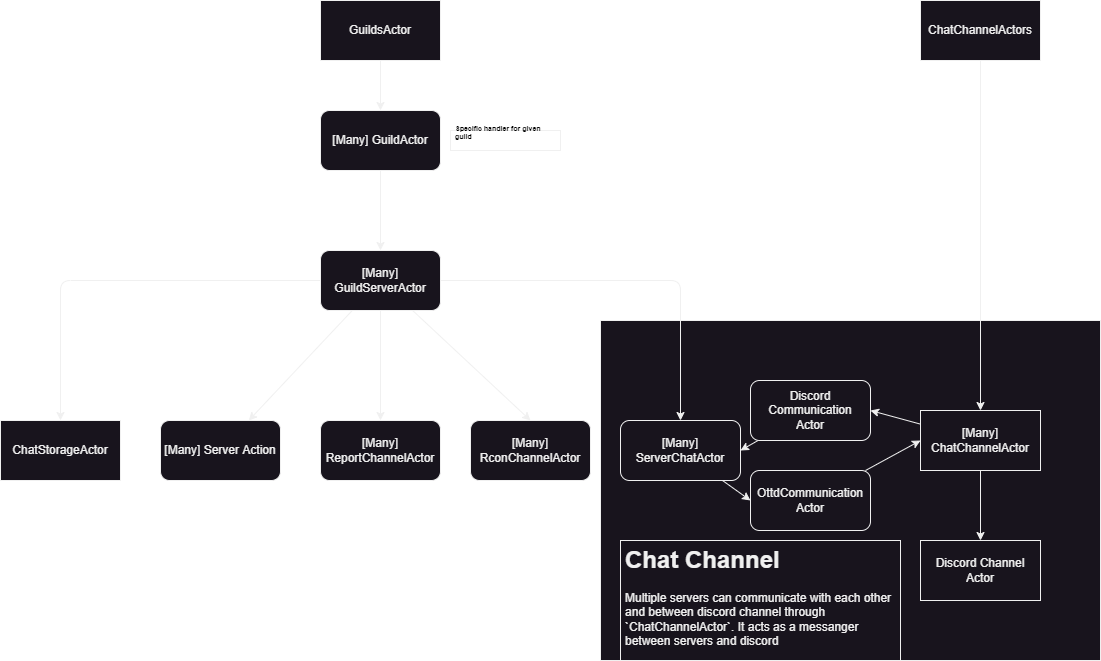
Above: docs/akka.drawio.png in shoter/OpenttdDiscord (draw.io), before the change. Source tidied: cells renumbered, new cells last; positions are measured from the earlier drawing's top-left corner, leaving out a move shared by most shapes.
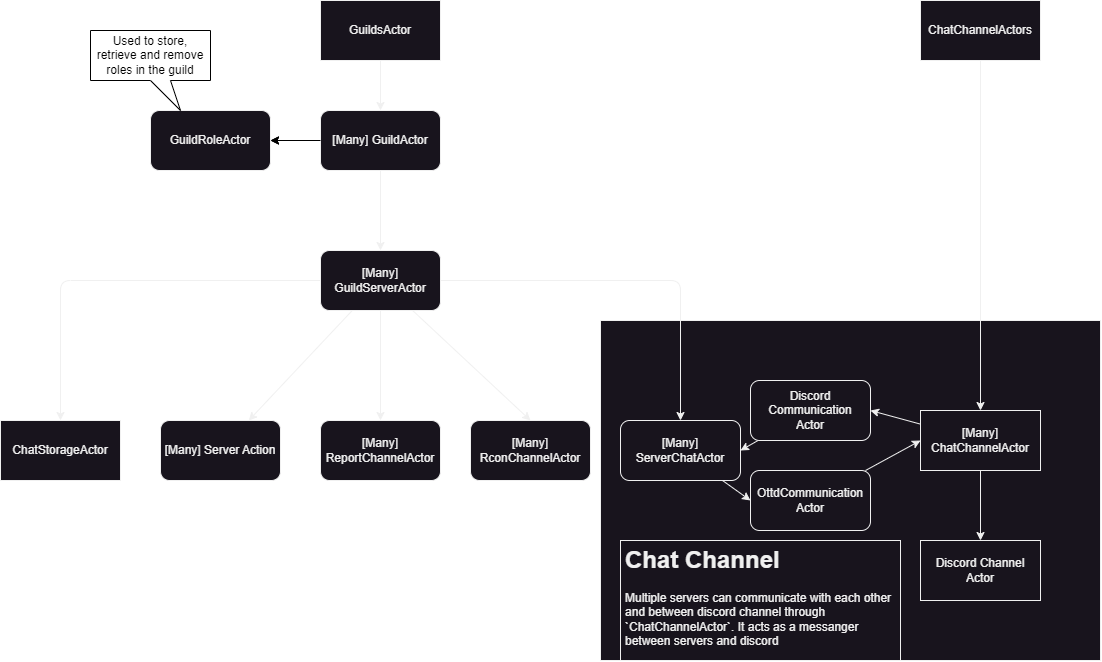
After the commit.

What changed in the source:
```diff
@@ -8,12 +8,12 @@
     <mxCell id="3" style="edgeStyle=none;html=1;strokeColor=#F0F0F0;" parent="1" edge="1" source="4" target="13">
       <mxGeometry relative="1" as="geometry" />
     </mxCell>
+    <mxCell id="31" style="edgeStyle=none;html=1;entryX=1;entryY=0.5;entryDx=0;entryDy=0;" parent="1" edge="1" source="4" target="32">
+      <mxGeometry relative="1" as="geometry" />
+    </mxCell>
     <mxCell id="4" value="[Many] GuildActor" style="rounded=1;whiteSpace=wrap;html=1;strokeColor=#f0f0f0;fillColor=#18141D;fontColor=#F0F0F0;" parent="1" vertex="1">
       <mxGeometry x="320" y="110" width="120" height="60" as="geometry" />
     </mxCell>
-    <mxCell id="5" value="&lt;h1 style=&quot;font-size: 7px;&quot;&gt;Specific handler for given guild&lt;/h1&gt;" style="text;html=1;strokeColor=#f0f0f0;fillColor=none;spacing=5;spacingTop=-20;whiteSpace=wrap;overflow=hidden;rounded=0;fontSize=7;verticalAlign=top;align=left;" parent="1" vertex="1">
-      <mxGeometry x="450" y="130" width="110" height="20" as="geometry" />
-    </mxCell>
     <mxCell id="6" style="edgeStyle=none;html=1;entryX=0.5;entryY=0;entryDx=0;entryDy=0;fontSize=12;strokeColor=#F0F0F0;" parent="1" edge="1" source="7" target="4">
       <mxGeometry relative="1" as="geometry" />
     </mxCell>
@@ -97,5 +97,14 @@
     <mxCell id="30" value="&lt;h1&gt;Chat Channel&lt;/h1&gt;&lt;p&gt;Multiple servers can communicate with each other and between discord channel through `ChatChannelActor`. It acts as a messanger between servers and discord&lt;/p&gt;" style="text;html=1;strokeColor=#f0f0f0;fillColor=#18141D;spacing=5;spacingTop=-20;whiteSpace=wrap;overflow=hidden;rounded=0;fontColor=#F0F0F0;" parent="1" vertex="1">
       <mxGeometry x="620" y="540" width="280" height="120" as="geometry" />
     </mxCell>
+    <mxCell id="32" value="GuildRoleActor" style="rounded=1;whiteSpace=wrap;html=1;strokeColor=#f0f0f0;fillColor=#18141D;fontColor=#F0F0F0;" parent="1" vertex="1">
+      <mxGeometry x="150" y="110" width="120" height="60" as="geometry" />
+    </mxCell>
+    <mxCell id="33" style="edgeStyle=none;html=1;" parent="1" edge="1" source="4" target="32">
+      <mxGeometry relative="1" as="geometry" />
+    </mxCell>
+    <mxCell id="34" value="&lt;span style=&quot;text-align: left;&quot;&gt;Used to store, retrieve and remove roles in the guild&lt;/span&gt;" style="shape=callout;whiteSpace=wrap;html=1;perimeter=calloutPerimeter;fontSize=12;position2=0.75;" parent="1" vertex="1">
+      <mxGeometry x="90" y="30" width="120" height="80" as="geometry" />
+    </mxCell>
   </root>
 </mxGraphModel>
```
